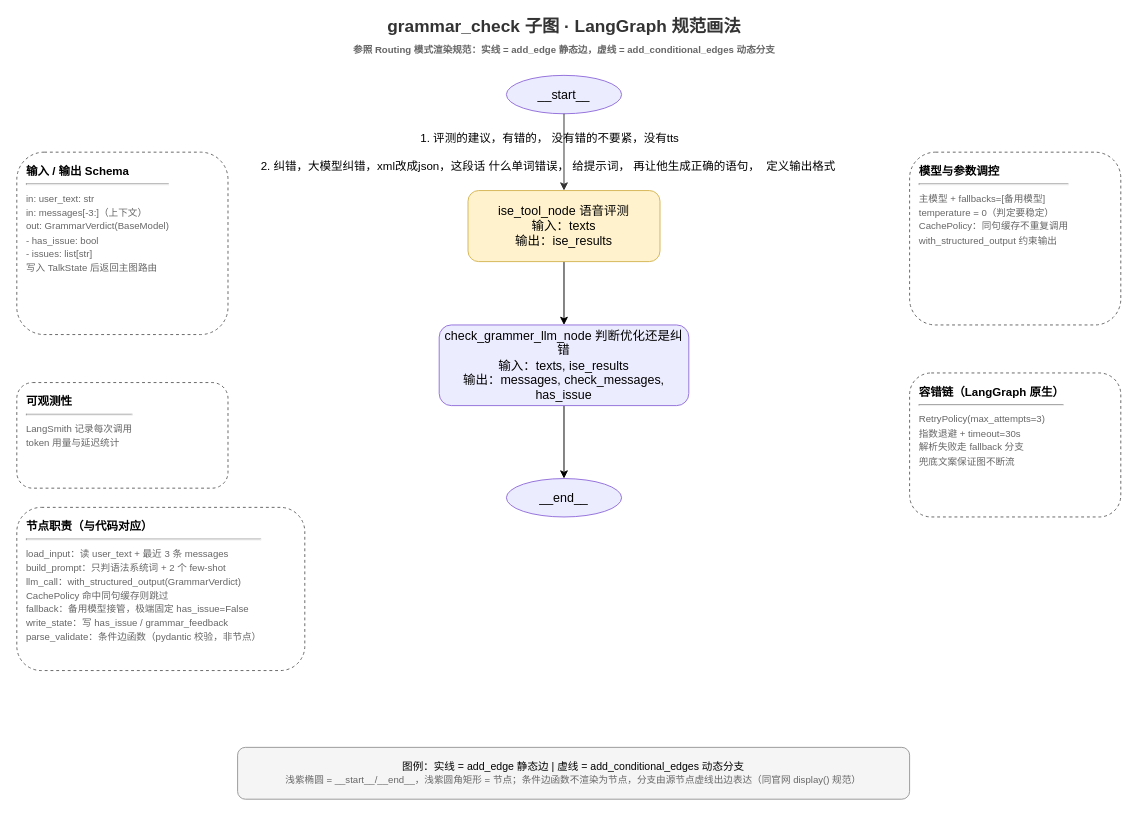
Above: backend/src/talk_agent/document/grammar_check_subgraph.drawio in Ekko306/dialog-ai (draw.io), before the change. Source tidied: cells renumbered, new cells numbered last; positions are measured from the earlier drawing's top-left corner, leaving out a move shared by most shapes. Both pictures are drawn from the tidied source at 96%, with x=0, y=0 at pixel (16, 17).
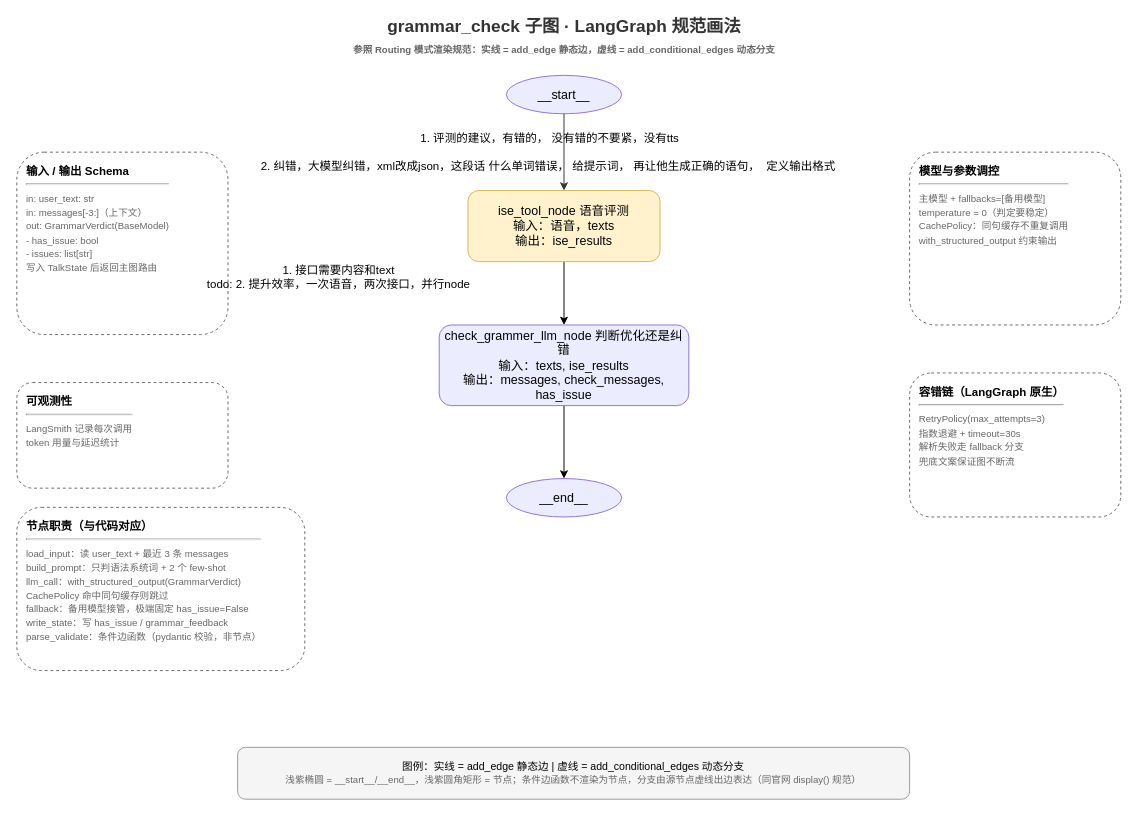
The same page after the edit.

Diff of the diagram source:
```diff
@@
 <mxGraphModel background="#ffffff">
   <root>
     <mxCell id="0" />
     <mxCell id="1" parent="0" />
     <mxCell id="2" value="grammar_check 子图 · LangGraph 规范画法&lt;br&gt;&lt;font style=&quot;font-size:10px&quot; color=&quot;#666666&quot;&gt;参照 Routing 模式渲染规范：实线 = add_edge 静态边，虚线 = add_conditional_edges 动态分支&lt;/font&gt;" style="text;html=1;align=center;verticalAlign=middle;fontSize=18;fontStyle=1;fontColor=#333333;" parent="1" vertex="1">
       <mxGeometry x="290" width="560" height="40" as="geometry" />
     </mxCell>
     <mxCell id="3" value="__start__" style="ellipse;whiteSpace=wrap;html=1;fillColor=#ECECFF;strokeColor=#9370DB;fontSize=13;" parent="1" vertex="1">
       <mxGeometry x="510" y="60" width="120" height="40" as="geometry" />
     </mxCell>
     <mxCell id="4" style="edgeStyle=none;html=1;entryX=0.5;entryY=0;entryDx=0;entryDy=0;" parent="1" edge="1" source="5" target="7">
       <mxGeometry relative="1" as="geometry" />
     </mxCell>
-    <mxCell id="5" value="ise_tool_node 语音评测&lt;br&gt;输入：texts&lt;br&gt;输出：ise_results" style="rounded=1;whiteSpace=wrap;html=1;fillColor=#fff2cc;strokeColor=#d6b656;fontSize=13;" parent="1" vertex="1">
+    <mxCell id="5" value="ise_tool_node 语音评测&lt;br&gt;输入：语音，texts&lt;br&gt;输出：ise_results" style="rounded=1;whiteSpace=wrap;html=1;fillColor=#fff2cc;strokeColor=#d6b656;fontSize=13;" parent="1" vertex="1">
       <mxGeometry x="470" y="180" width="200" height="74" as="geometry" />
     </mxCell>
     <mxCell id="6" style="edgeStyle=none;html=1;entryX=0.5;entryY=0;entryDx=0;entryDy=0;" parent="1" edge="1" source="7" target="8">
       <mxGeometry relative="1" as="geometry" />
     </mxCell>
     <mxCell id="7" value="check_grammer_llm_node 判断优化还是纠错&lt;br&gt;输入：texts, ise_results&lt;br&gt;输出：messages, check_messages, has_issue" style="rounded=1;whiteSpace=wrap;html=1;fillColor=#ECECFF;strokeColor=#9370DB;fontSize=13;" parent="1" vertex="1">
       <mxGeometry x="440" y="320" width="260" height="84" as="geometry" />
     </mxCell>
     <mxCell id="8" value="__end__" style="ellipse;whiteSpace=wrap;html=1;fillColor=#ECECFF;strokeColor=#9370DB;fontSize=13;" parent="1" vertex="1">
       <mxGeometry x="510" y="480" width="120" height="40" as="geometry" />
     </mxCell>
     <mxCell id="9" style="edgeStyle=orthogonalEdgeStyle;rounded=1;html=1;strokeColor=#333333;fontSize=11;" parent="1" edge="1" source="3" target="5">
       <mxGeometry relative="1" as="geometry" />
     </mxCell>
     <mxCell id="10" value="&lt;b&gt;输入 / 输出 Schema&lt;/b&gt;&lt;hr&gt;&lt;font style=&quot;font-size:10px&quot; color=&quot;#666666&quot;&gt;in: user_text: str&lt;br&gt;in: messages[-3:]（上下文）&lt;br&gt;out: GrammarVerdict(BaseModel)&lt;br&gt;- has_issue: bool&lt;br&gt;- issues: list[str]&lt;br&gt;写入 TalkState 后返回主图路由&lt;/font&gt;" style="rounded=1;whiteSpace=wrap;html=1;dashed=1;fillColor=none;strokeColor=#666666;align=left;verticalAlign=top;fontSize=12;spacingLeft=8;spacingTop=6;" parent="1" vertex="1">
       <mxGeometry y="140" width="220" height="190" as="geometry" />
     </mxCell>
     <mxCell id="11" value="&lt;b&gt;可观测性&lt;/b&gt;&lt;hr&gt;&lt;font style=&quot;font-size:10px&quot; color=&quot;#666666&quot;&gt;LangSmith 记录每次调用&lt;br&gt;token 用量与延迟统计&lt;/font&gt;" style="rounded=1;whiteSpace=wrap;html=1;dashed=1;fillColor=none;strokeColor=#666666;align=left;verticalAlign=top;fontSize=12;spacingLeft=8;spacingTop=6;" parent="1" vertex="1">
       <mxGeometry y="380" width="220" height="110" as="geometry" />
     </mxCell>
     <mxCell id="12" value="&lt;b&gt;节点职责（与代码对应）&lt;/b&gt;&lt;hr&gt;&lt;font style=&quot;font-size:10px&quot; color=&quot;#666666&quot;&gt;load_input：读 user_text + 最近 3 条 messages&lt;br&gt;build_prompt：只判语法系统词 + 2 个 few-shot&lt;br&gt;llm_call：with_structured_output(GrammarVerdict)&lt;br&gt;CachePolicy 命中同句缓存则跳过&lt;br&gt;fallback：备用模型接管，极端固定 has_issue=False&lt;br&gt;write_state：写 has_issue / grammar_feedback&lt;br&gt;parse_validate：条件边函数（pydantic 校验，非节点）&lt;/font&gt;" style="rounded=1;whiteSpace=wrap;html=1;dashed=1;fillColor=none;strokeColor=#666666;align=left;verticalAlign=top;fontSize=12;spacingLeft=8;spacingTop=6;" parent="1" vertex="1">
       <mxGeometry y="510" width="300" height="170" as="geometry" />
     </mxCell>
     <mxCell id="13" value="&lt;b&gt;模型与参数调控&lt;/b&gt;&lt;hr&gt;&lt;font style=&quot;font-size:10px&quot; color=&quot;#666666&quot;&gt;主模型 + fallbacks=[备用模型]&lt;br&gt;temperature = 0（判定要稳定）&lt;br&gt;CachePolicy：同句缓存不重复调用&lt;br&gt;with_structured_output 约束输出&lt;/font&gt;" style="rounded=1;whiteSpace=wrap;html=1;dashed=1;fillColor=none;strokeColor=#666666;align=left;verticalAlign=top;fontSize=12;spacingLeft=8;spacingTop=6;" parent="1" vertex="1">
       <mxGeometry x="930" y="140" width="220" height="180" as="geometry" />
     </mxCell>
     <mxCell id="14" value="&lt;b&gt;容错链（LangGraph 原生）&lt;/b&gt;&lt;hr&gt;&lt;font style=&quot;font-size:10px&quot; color=&quot;#666666&quot;&gt;RetryPolicy(max_attempts=3)&lt;br&gt;指数退避 + timeout=30s&lt;br&gt;解析失败走 fallback 分支&lt;br&gt;兜底文案保证图不断流&lt;/font&gt;" style="rounded=1;whiteSpace=wrap;html=1;dashed=1;fillColor=none;strokeColor=#666666;align=left;verticalAlign=top;fontSize=12;spacingLeft=8;spacingTop=6;" parent="1" vertex="1">
       <mxGeometry x="930" y="370" width="220" height="150" as="geometry" />
     </mxCell>
     <mxCell id="15" value="图例：实线 = add_edge 静态边  |  虚线 = add_conditional_edges 动态分支&lt;br&gt;&lt;font style=&quot;font-size:10px&quot; color=&quot;#666666&quot;&gt;浅紫椭圆 = __start__/__end__，浅紫圆角矩形 = 节点；条件边函数不渲染为节点，分支由源节点虚线出边表达（同官网 display() 规范）&lt;/font&gt;" style="rounded=1;whiteSpace=wrap;html=1;fillColor=#f5f5f5;strokeColor=#999999;fontSize=11;align=center;" parent="1" vertex="1">
       <mxGeometry x="230" y="760" width="700" height="54" as="geometry" />
     </mxCell>
     <mxCell id="16" value="1. 评测的建议，有错的， 没有错的不要紧，没有tts&lt;br&gt;&lt;br&gt;2. 纠错，大模型纠错，xml改成json，这段话 什么单词错误， 给提示词， 再让他生成正确的语句，&amp;nbsp; 定义输出格式&amp;nbsp;" style="text;html=1;align=center;verticalAlign=middle;strokeColor=none;fillColor=none;" parent="1" vertex="1">
       <mxGeometry x="240" y="110" width="630" height="60" as="geometry" />
     </mxCell>
+    <mxCell id="17" value="1. 接口需要内容和text&lt;br&gt;todo: 2. 提升效率，一次语音，两次接口，并行node" style="text;html=1;align=center;verticalAlign=middle;strokeColor=none;fillColor=none;" parent="1" vertex="1">
+      <mxGeometry x="185" y="250" width="300" height="40" as="geometry" />
+    </mxCell>
   </root>
 </mxGraphModel>
```
